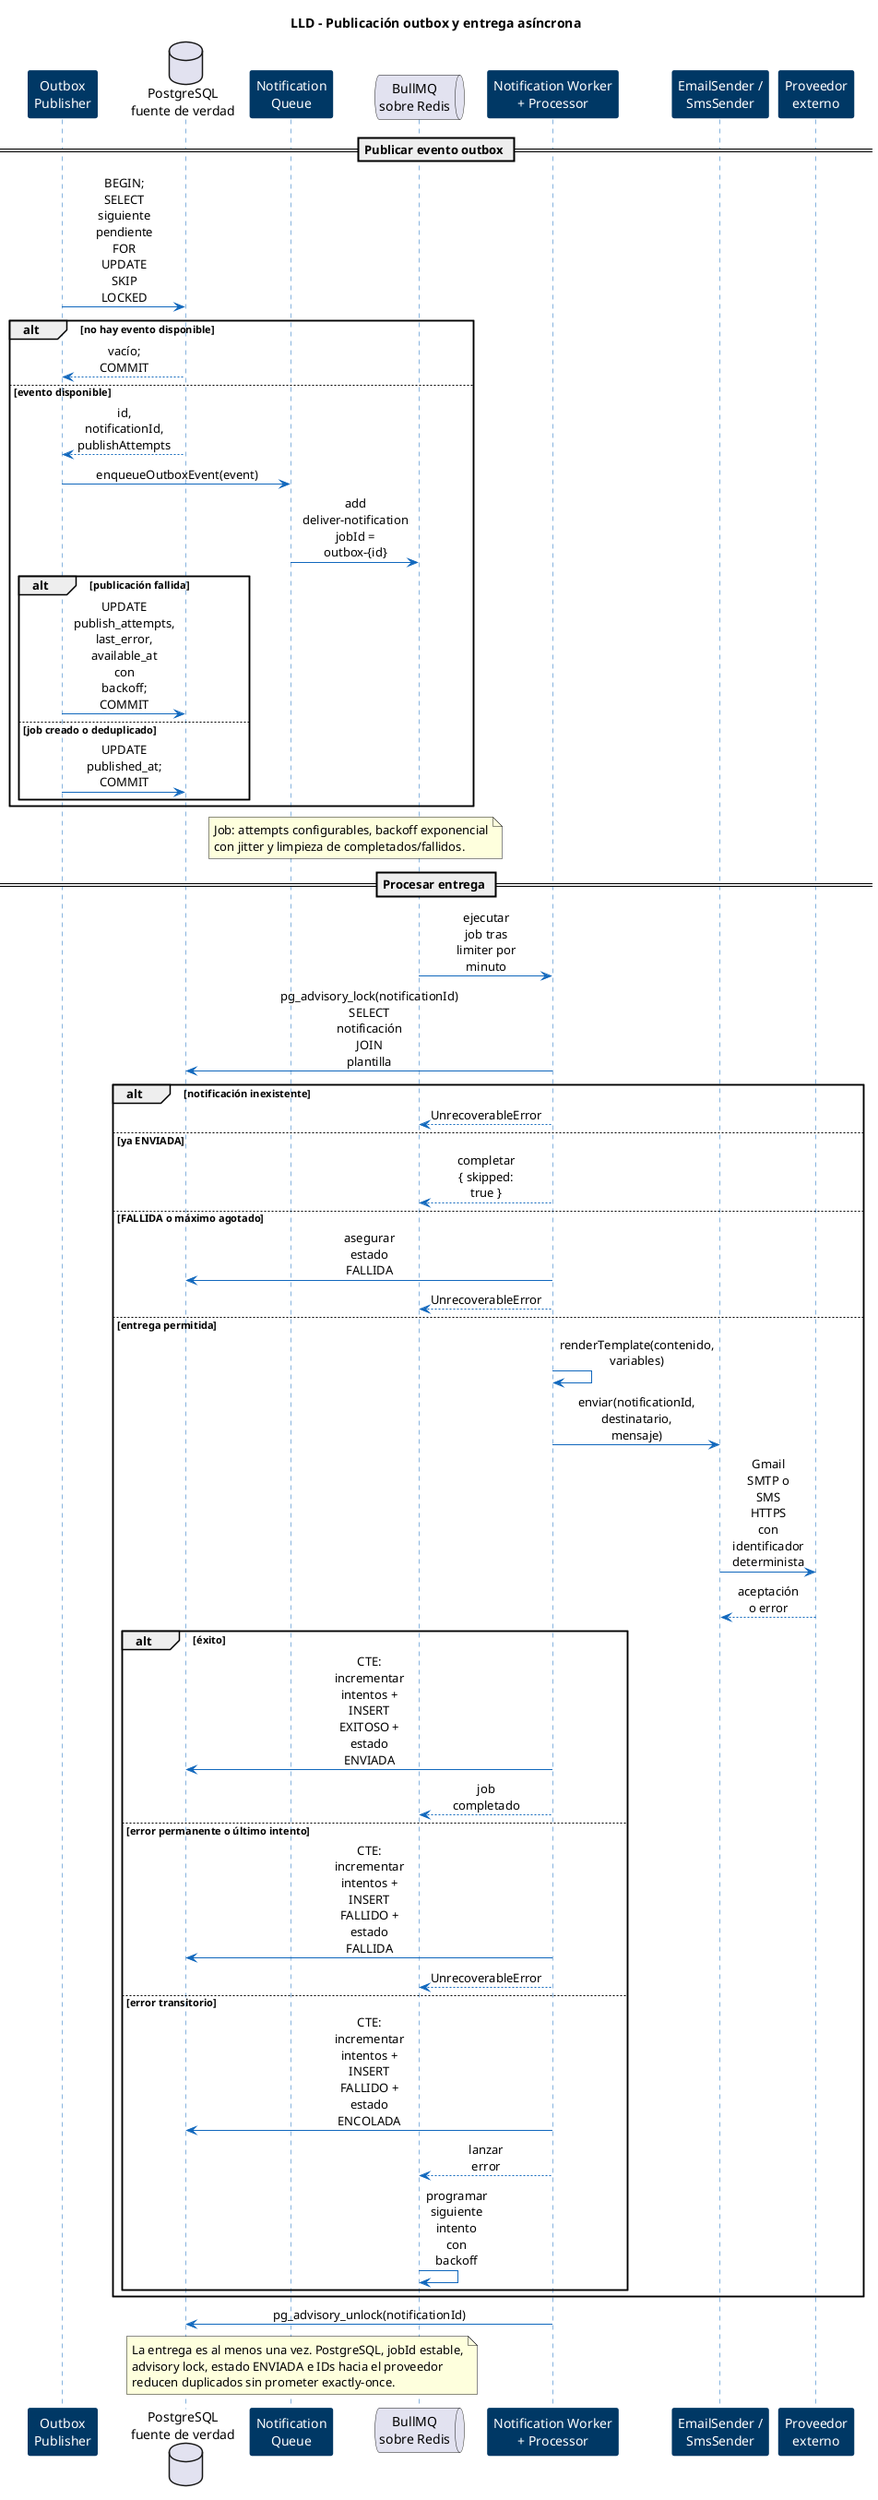
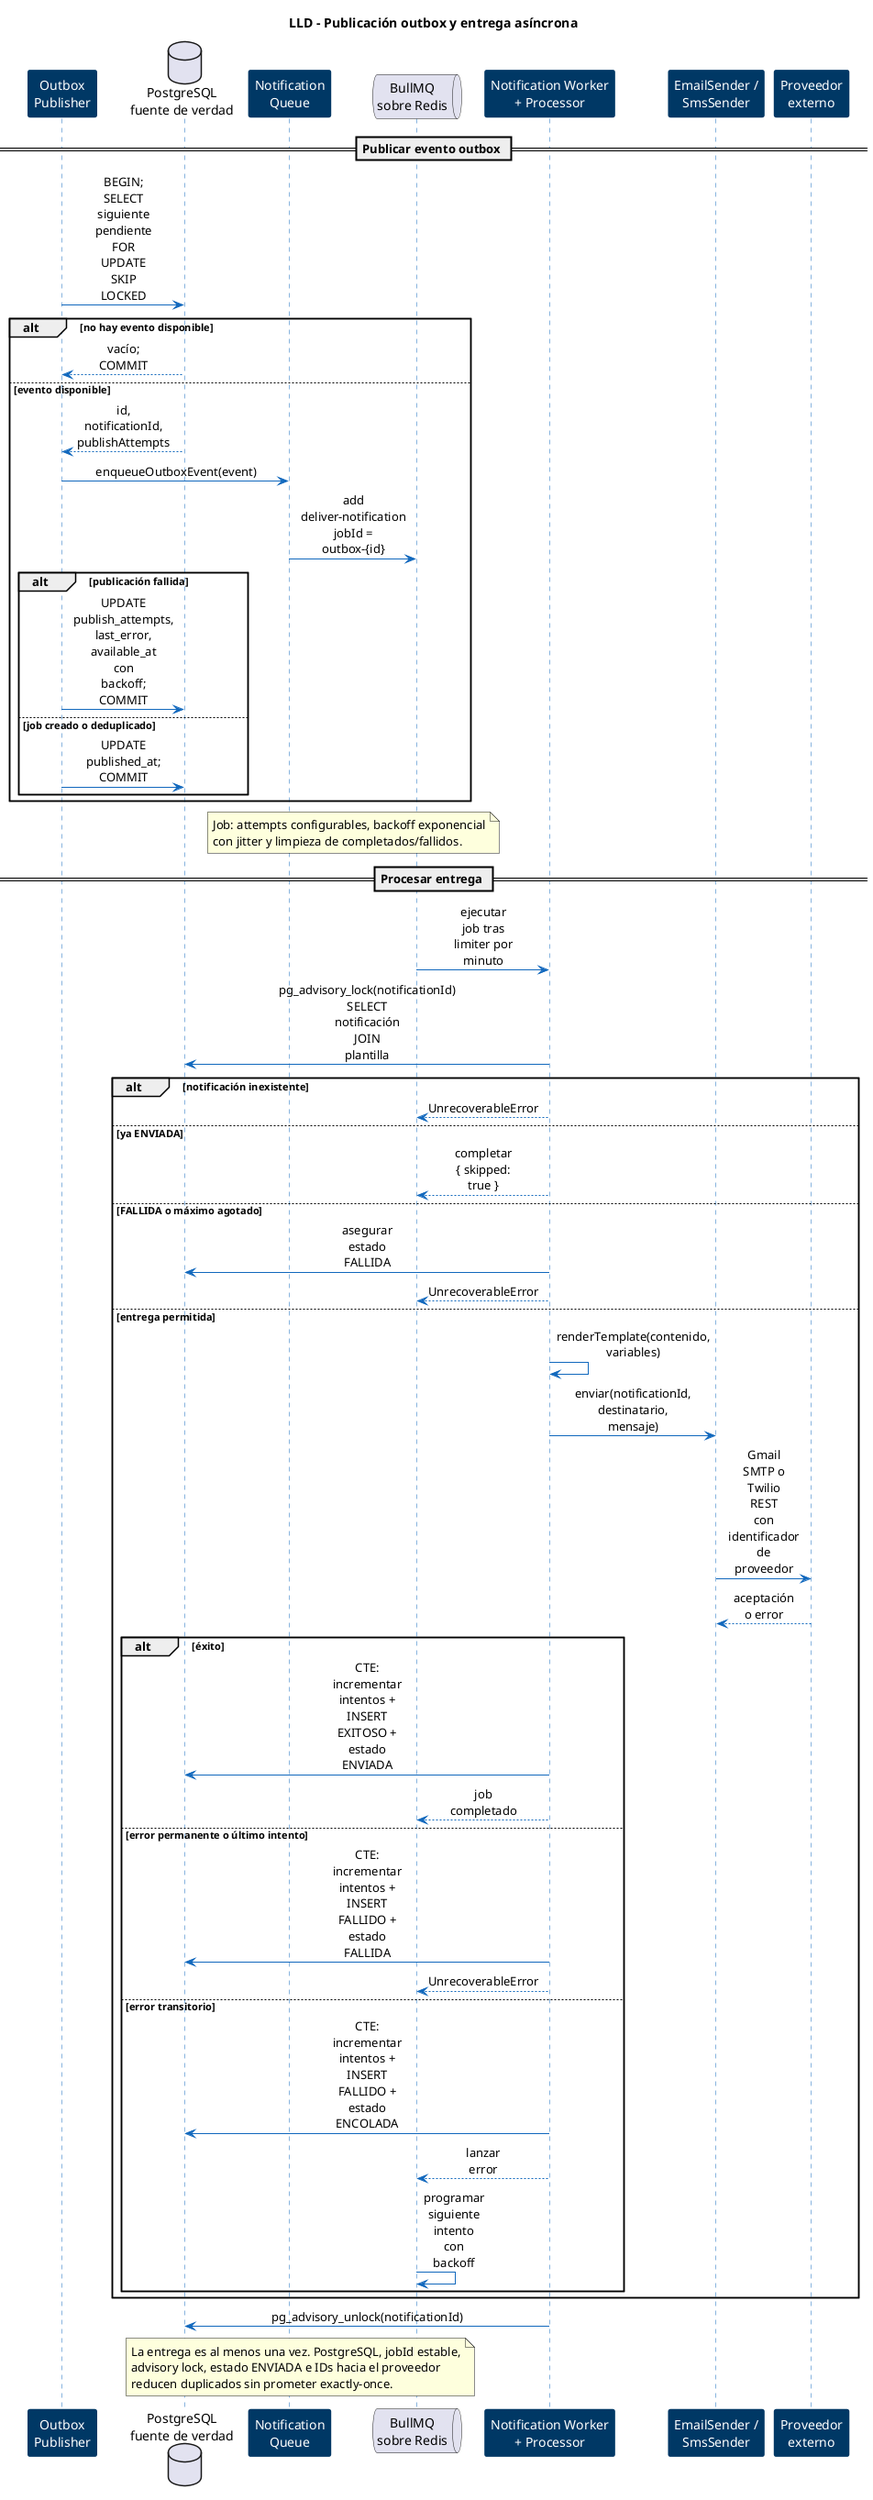
@startuml notificaciones-08-lld-entrega-asincrona
skinparam backgroundColor #FFFFFF
skinparam shadowing false
skinparam sequenceMessageAlign center
skinparam maxMessageSize 65
skinparam sequence {
    ArrowColor #1168BD
    LifeLineBorderColor #1168BD
    ParticipantBorderColor #003865
    ParticipantBackgroundColor #003865
    ParticipantFontColor #FFFFFF
}

title LLD - Publicación outbox y entrega asíncrona

participant "Outbox\nPublisher" as publisher
database "PostgreSQL\nfuente de verdad" as db
participant "Notification\nQueue" as queue
queue "BullMQ\nsobre Redis" as redis
participant "Notification Worker\n+ Processor" as worker
participant "EmailSender /\nSmsSender" as sender
participant "Proveedor\nexterno" as provider

== Publicar evento outbox ==
publisher -> db : BEGIN; SELECT siguiente pendiente\nFOR UPDATE SKIP LOCKED
alt no hay evento disponible
    db --> publisher : vacío; COMMIT
else evento disponible
    db --> publisher : id, notificationId, publishAttempts
    publisher -> queue : enqueueOutboxEvent(event)
    queue -> redis : add deliver-notification\njobId = outbox-{id}
    alt publicación fallida
        publisher -> db : UPDATE publish_attempts, last_error,\navailable_at con backoff; COMMIT
    else job creado o deduplicado
        publisher -> db : UPDATE published_at; COMMIT
    end
end

note over queue,redis
  Job: attempts configurables, backoff exponencial
  con jitter y limpieza de completados/fallidos.
end note

== Procesar entrega ==
redis -> worker : ejecutar job tras limiter por minuto
worker -> db : pg_advisory_lock(notificationId)\nSELECT notificación JOIN plantilla
alt notificación inexistente
    worker --> redis : UnrecoverableError
else ya ENVIADA
    worker --> redis : completar { skipped: true }
else FALLIDA o máximo agotado
    worker -> db : asegurar estado FALLIDA
    worker --> redis : UnrecoverableError
else entrega permitida
    worker -> worker : renderTemplate(contenido, variables)
    worker -> sender : enviar(notificationId, destinatario, mensaje)
-     sender -> provider : Gmail SMTP o SMS HTTPS\ncon identificador determinista
+     sender -> provider : Gmail SMTP o Twilio REST\ncon identificador de proveedor
    provider --> sender : aceptación o error
    alt éxito
        worker -> db : CTE: incrementar intentos +\nINSERT EXITOSO + estado ENVIADA
        worker --> redis : job completado
    else error permanente o último intento
        worker -> db : CTE: incrementar intentos +\nINSERT FALLIDO + estado FALLIDA
        worker --> redis : UnrecoverableError
    else error transitorio
        worker -> db : CTE: incrementar intentos +\nINSERT FALLIDO + estado ENCOLADA
        worker --> redis : lanzar error
        redis -> redis : programar siguiente intento con backoff
    end
end
worker -> db : pg_advisory_unlock(notificationId)

note over db,redis
  La entrega es al menos una vez. PostgreSQL, jobId estable,
  advisory lock, estado ENVIADA e IDs hacia el proveedor
  reducen duplicados sin prometer exactly-once.
end note

@enduml
